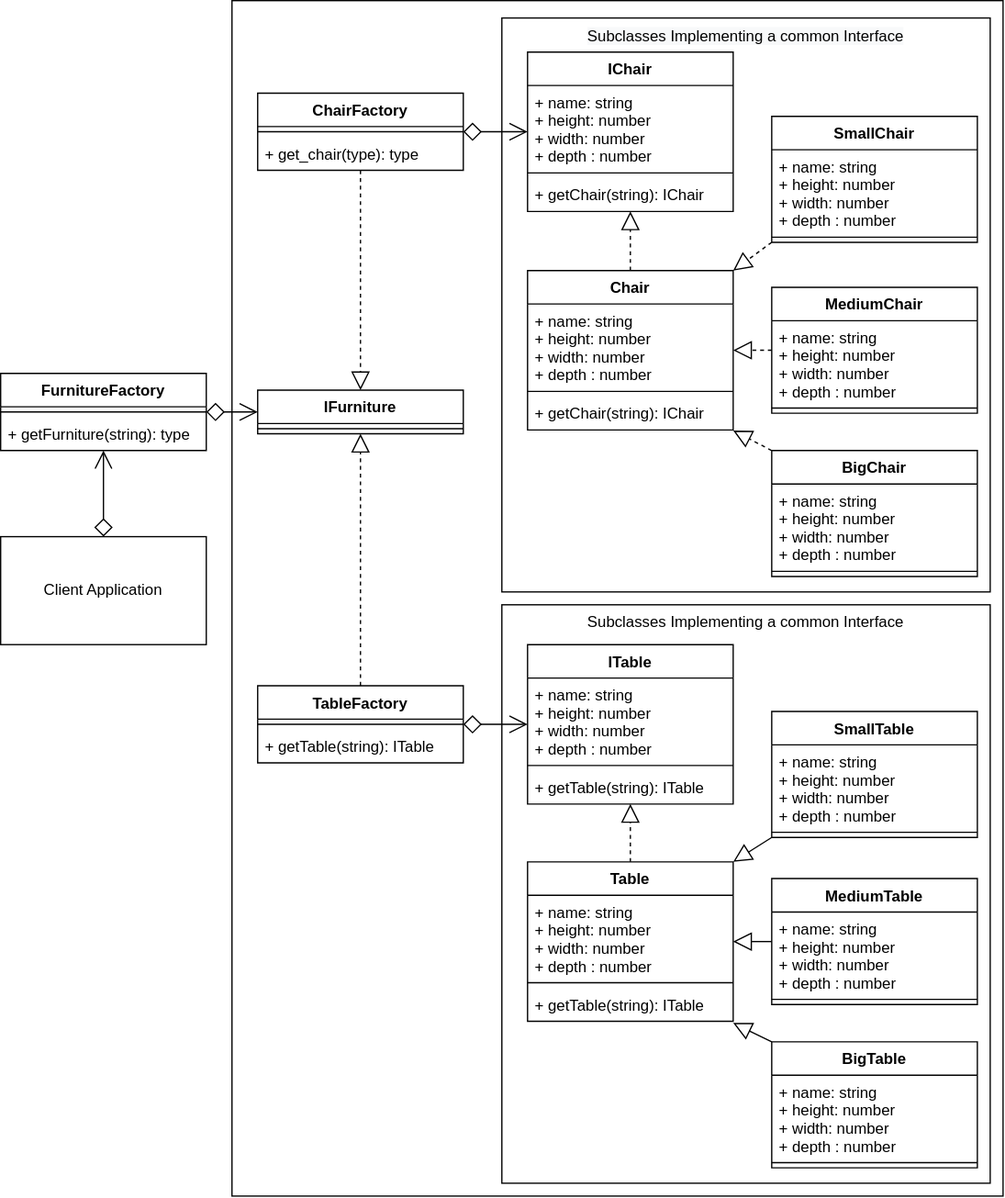
The draw.io diagram src/img/abstract_furniture_factory.svg in Sean-Bradley/Design-Patterns-In-TypeScript, before a commit. Source tidied: cells renumbered, new cells last; positions are measured from the earlier drawing's top-left corner, leaving out a move shared by most shapes.
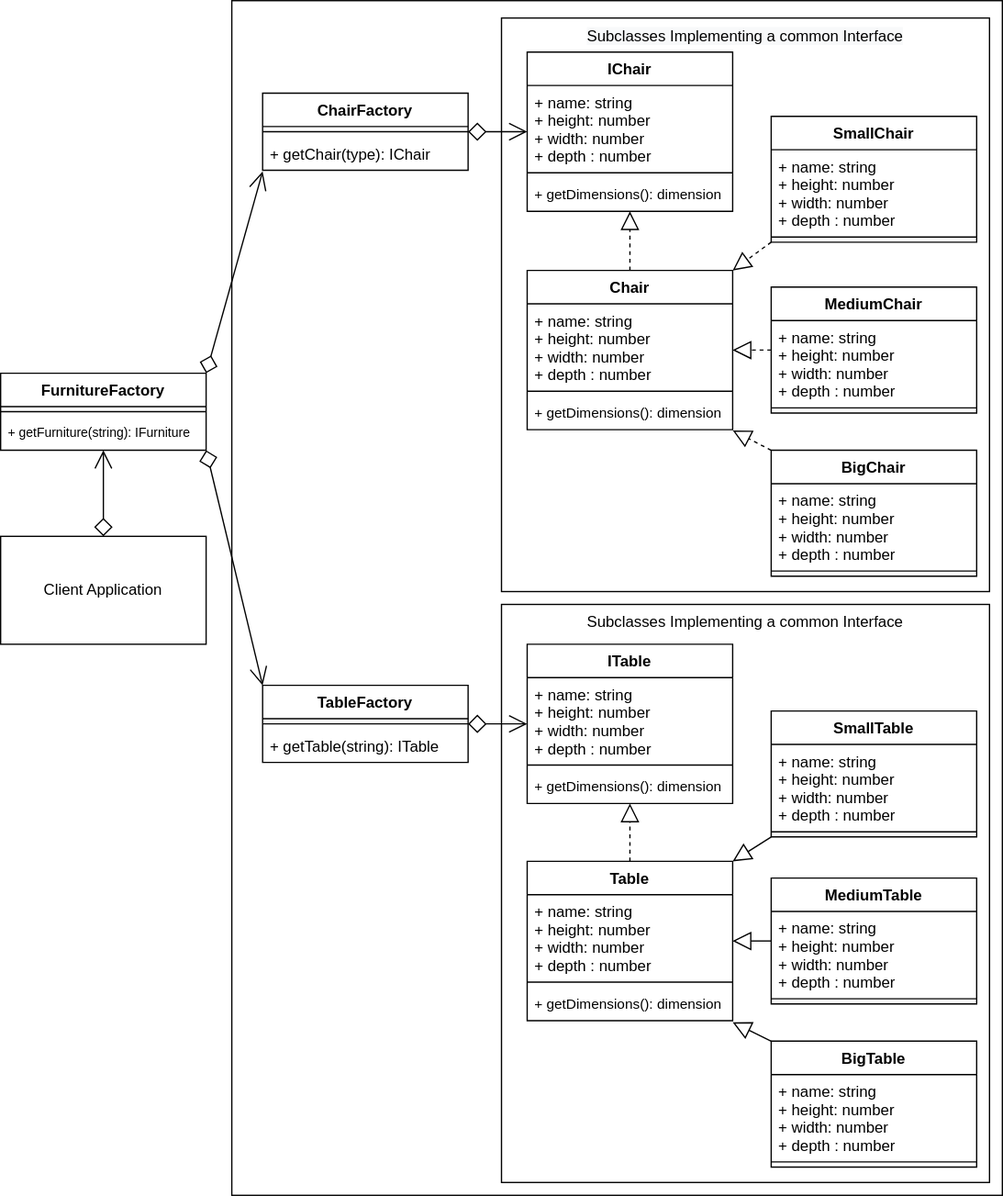
The same file after the commit.

Diff of the diagram source:
```diff
@@ -48,12 +48,12 @@
       <mxGeometry y="417" width="160" height="84" as="geometry" />
     </mxCell>
     <mxCell id="17" value="ChairFactory" style="swimlane;fontStyle=1;align=center;verticalAlign=top;horizontal=1;startSize=26;" parent="1" vertex="1">
-      <mxGeometry x="200" y="72" width="160" height="60" as="geometry" />
+      <mxGeometry x="204" y="72" width="160" height="60" as="geometry" />
     </mxCell>
     <mxCell id="18" style="line;strokeWidth=1;fillColor=none;align=left;verticalAlign=middle;spacingTop=-1;spacingLeft=3;spacingRight=3;labelPosition=right;" parent="17" vertex="1">
       <mxGeometry y="26" width="160" height="8" as="geometry" />
     </mxCell>
-    <mxCell id="19" value="+ get_chair(type): type" style="text;strokeColor=none;fillColor=none;align=left;verticalAlign=top;spacingLeft=4;spacingRight=4;overflow=hidden;points=[[0,0.5],[1,0.5]];portConstraint=eastwest;" parent="17" vertex="1">
+    <mxCell id="19" value="+ getChair(type): IChair" style="text;strokeColor=none;fillColor=none;align=left;verticalAlign=top;spacingLeft=4;spacingRight=4;overflow=hidden;points=[[0,0.5],[1,0.5]];portConstraint=eastwest;" parent="17" vertex="1">
       <mxGeometry y="34" width="160" height="26" as="geometry" />
     </mxCell>
     <mxCell id="20" style="edgeStyle=orthogonalEdgeStyle;rounded=0;jettySize=auto;html=1;endArrow=open;endFill=0;endSize=12;startSize=12;startArrow=diamond;startFill=0;" parent="1" edge="1" source="17" target="52">
@@ -99,7 +99,7 @@
       <mxGeometry relative="1" as="geometry" />
     </mxCell>
     <mxCell id="34" value="TableFactory" style="swimlane;fontStyle=1;align=center;verticalAlign=top;horizontal=1;startSize=26;" parent="1" vertex="1">
-      <mxGeometry x="200" y="533" width="160" height="60" as="geometry" />
+      <mxGeometry x="204" y="533" width="160" height="60" as="geometry" />
     </mxCell>
     <mxCell id="35" style="line;strokeWidth=1;fillColor=none;align=left;verticalAlign=middle;spacingTop=-1;spacingLeft=3;spacingRight=3;labelPosition=right;" parent="34" vertex="1">
       <mxGeometry y="26" width="160" height="8" as="geometry" />
@@ -116,12 +116,9 @@
     <mxCell id="39" style="line;strokeWidth=1;fillColor=none;align=left;verticalAlign=middle;spacingTop=-1;spacingLeft=3;spacingRight=3;labelPosition=right;" parent="38" vertex="1">
       <mxGeometry y="26" width="160" height="8" as="geometry" />
     </mxCell>
-    <mxCell id="40" value="+ getFurniture(string): type" style="text;strokeColor=none;fillColor=none;align=left;verticalAlign=top;spacingLeft=4;spacingRight=4;overflow=hidden;" parent="38" vertex="1">
+    <mxCell id="40" value="+ getFurniture(string): IFurniture" style="text;strokeColor=none;fillColor=none;align=left;verticalAlign=top;spacingLeft=4;spacingRight=4;overflow=hidden;fontSize=10;" parent="38" vertex="1">
       <mxGeometry y="34" width="160" height="26" as="geometry" />
     </mxCell>
-    <mxCell id="41" style="rounded=0;jettySize=auto;html=1;endArrow=block;endFill=0;endSize=12;dashed=1;" parent="1" edge="1" source="17" target="61">
-      <mxGeometry relative="1" as="geometry" />
-    </mxCell>
     <mxCell id="42" style="endArrow=diamond;endFill=0;endSize=12;html=1;exitX=0.5;exitY=1;exitDx=0;exitDy=0;entryX=0.5;entryY=0;entryDx=0;entryDy=0;startArrow=open;startFill=0;startSize=12;" parent="1" edge="1" source="38" target="16">
       <mxGeometry relative="1" as="geometry" />
     </mxCell>
@@ -134,7 +131,7 @@
     <mxCell id="45" style="line;strokeWidth=1;fillColor=none;align=left;verticalAlign=middle;spacingTop=-1;spacingLeft=3;spacingRight=3;labelPosition=right;" parent="43" vertex="1">
       <mxGeometry y="90" width="160" height="8" as="geometry" />
     </mxCell>
-    <mxCell id="46" value="+ getTable(string): ITable" style="text;strokeColor=none;fillColor=none;align=left;verticalAlign=top;spacingLeft=4;spacingRight=4;overflow=hidden;points=[[0,0.5],[1,0.5]];portConstraint=eastwest;" parent="43" vertex="1">
+    <mxCell id="46" value="+ getDimensions(): dimension" style="text;strokeColor=none;fillColor=none;align=left;verticalAlign=top;spacingLeft=4;spacingRight=4;overflow=hidden;points=[[0,0.5],[1,0.5]];portConstraint=eastwest;fontSize=11;" parent="43" vertex="1">
       <mxGeometry y="98" width="160" height="26" as="geometry" />
     </mxCell>
     <mxCell id="47" value="ITable" style="swimlane;fontStyle=1;align=center;verticalAlign=top;horizontal=1;startSize=26;" parent="1" vertex="1">
@@ -146,7 +143,7 @@
     <mxCell id="49" style="line;strokeWidth=1;fillColor=none;align=left;verticalAlign=middle;spacingTop=-1;spacingLeft=3;spacingRight=3;labelPosition=right;" parent="47" vertex="1">
       <mxGeometry y="90" width="160" height="8" as="geometry" />
     </mxCell>
-    <mxCell id="50" value="+ getTable(string): ITable" style="text;strokeColor=none;fillColor=none;align=left;verticalAlign=top;spacingLeft=4;spacingRight=4;overflow=hidden;" parent="47" vertex="1">
+    <mxCell id="50" value="+ getDimensions(): dimension" style="text;strokeColor=none;fillColor=none;align=left;verticalAlign=top;spacingLeft=4;spacingRight=4;overflow=hidden;fontSize=11;" parent="47" vertex="1">
       <mxGeometry y="98" width="160" height="26" as="geometry" />
     </mxCell>
     <mxCell id="51" style="rounded=0;jettySize=auto;html=1;endArrow=block;endFill=0;dashed=1;endSize=12;" parent="1" edge="1" source="43" target="47">
@@ -161,7 +158,7 @@
     <mxCell id="54" style="line;strokeWidth=1;fillColor=none;align=left;verticalAlign=middle;spacingTop=-1;spacingLeft=3;spacingRight=3;labelPosition=right;" parent="52" vertex="1">
       <mxGeometry y="90" width="160" height="8" as="geometry" />
     </mxCell>
-    <mxCell id="55" value="+ getChair(string): IChair" style="text;strokeColor=none;fillColor=none;align=left;verticalAlign=top;spacingLeft=4;spacingRight=4;overflow=hidden;" parent="52" vertex="1">
+    <mxCell id="55" value="+ getDimensions(): dimension" style="text;strokeColor=none;fillColor=none;align=left;verticalAlign=top;spacingLeft=4;spacingRight=4;overflow=hidden;fontSize=11;" parent="52" vertex="1">
       <mxGeometry y="98" width="160" height="26" as="geometry" />
     </mxCell>
     <mxCell id="56" value="Chair" style="swimlane;fontStyle=1;align=center;verticalAlign=top;horizontal=1;startSize=26;" parent="1" vertex="1">
@@ -173,23 +170,19 @@
     <mxCell id="58" style="line;strokeWidth=1;fillColor=none;align=left;verticalAlign=middle;spacingTop=-1;spacingLeft=3;spacingRight=3;labelPosition=right;" parent="56" vertex="1">
       <mxGeometry y="90" width="160" height="8" as="geometry" />
     </mxCell>
-    <mxCell id="59" value="+ getChair(string): IChair" style="text;strokeColor=none;fillColor=none;align=left;verticalAlign=top;spacingLeft=4;spacingRight=4;overflow=hidden;points=[[0,0.5],[1,0.5]];portConstraint=eastwest;" parent="56" vertex="1">
+    <mxCell id="59" value="+ getDimensions(): dimension" style="text;strokeColor=none;fillColor=none;align=left;verticalAlign=top;spacingLeft=4;spacingRight=4;overflow=hidden;points=[[0,0.5],[1,0.5]];portConstraint=eastwest;fontSize=11;" parent="56" vertex="1">
       <mxGeometry y="98" width="160" height="26" as="geometry" />
     </mxCell>
     <mxCell id="60" style="rounded=0;jettySize=auto;html=1;endArrow=block;endFill=0;dashed=1;endSize=12;" parent="1" edge="1" source="56" target="52">
       <mxGeometry relative="1" as="geometry" />
     </mxCell>
-    <mxCell id="61" value="IFurniture" style="swimlane;fontStyle=1;align=center;verticalAlign=top;horizontal=1;startSize=26;" parent="1" vertex="1">
-      <mxGeometry x="200" y="303" width="160" height="34" as="geometry" />
-    </mxCell>
-    <mxCell id="62" style="line;strokeWidth=1;fillColor=none;align=left;verticalAlign=middle;spacingTop=-1;spacingLeft=3;spacingRight=3;labelPosition=right;" parent="61" vertex="1">
-      <mxGeometry y="26" width="160" height="8" as="geometry" />
-    </mxCell>
-    <mxCell id="63" style="rounded=0;jettySize=auto;html=1;endArrow=block;endFill=0;endSize=12;dashed=1;" parent="1" edge="1" source="34" target="61">
-      <mxGeometry relative="1" as="geometry" />
-    </mxCell>
-    <mxCell id="64" style="endArrow=diamond;endFill=0;endSize=12;html=1;startArrow=open;startFill=0;startSize=12;" parent="1" edge="1" source="61" target="38">
-      <mxGeometry relative="1" as="geometry" />
+    <mxCell id="64" style="endArrow=diamond;endFill=0;endSize=12;html=1;startArrow=open;startFill=0;startSize=12;exitX=0;exitY=0;exitDx=0;exitDy=0;" parent="1" edge="1" source="34">
+      <mxGeometry relative="1" as="geometry">
+        <mxPoint x="160" y="350" as="targetPoint" />
+      </mxGeometry>
     </mxCell>
+    <mxCell id="65" style="endArrow=diamond;endFill=0;endSize=12;html=1;startArrow=open;startFill=0;startSize=12;exitX=0;exitY=1.038;exitDx=0;exitDy=0;exitPerimeter=0;entryX=1;entryY=0;entryDx=0;entryDy=0;" parent="1" edge="1" source="19" target="38">
+      <mxGeometry relative="1" as="geometry" />
+    </mxCell>
   </root>
 </mxGraphModel>
```
